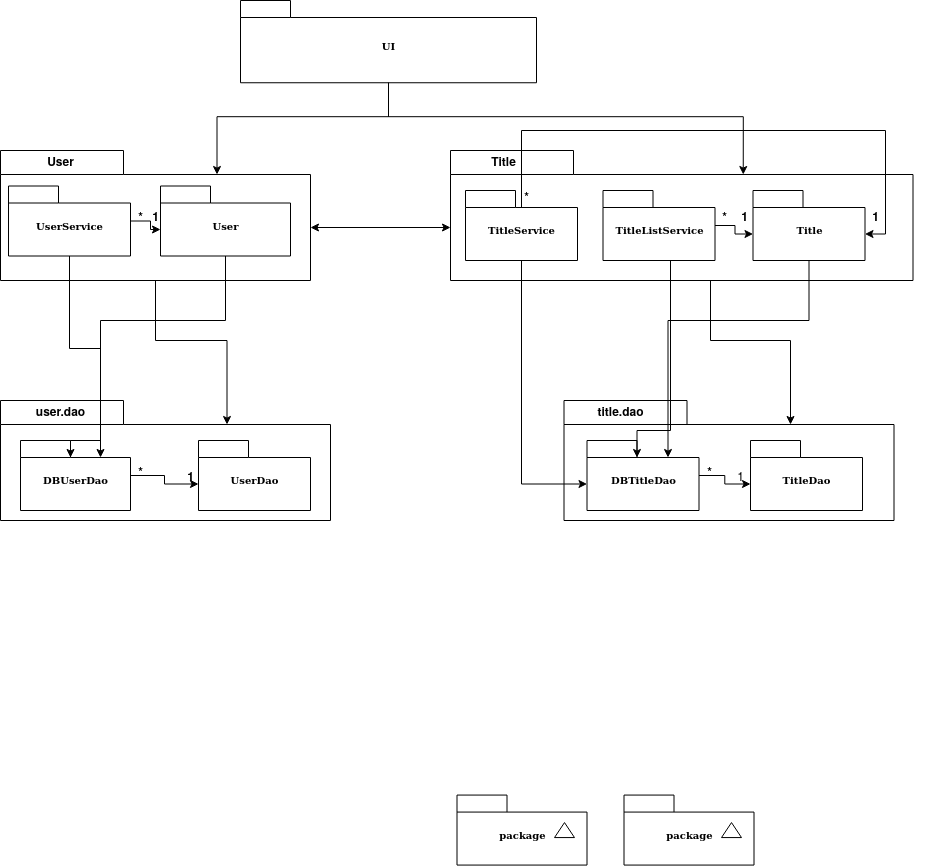
Above: Teoskanta/dokumentointi/images/classmodel.png in NuiS4ncE/ot-harjoitustyo (draw.io), before the change. Source tidied: cells renumbered, new cells last; positions are measured from the earlier drawing's top-left corner, leaving out a move shared by most shapes. Its diagram source:
```xml
<mxGraphModel background="#ffffff">
  <root>
    <mxCell id="0" />
    <mxCell id="1" parent="0" />
    <mxCell id="2" style="group;" parent="1" vertex="1">
      <mxGeometry x="240" width="296" height="82.2" as="geometry" />
    </mxCell>
    <mxCell id="3" value="UI" style="shape=folder;fontStyle=1;spacingTop=10;tabWidth=50;tabHeight=17;tabPosition=left;html=1;rounded=0;shadow=0;comic=0;labelBackgroundColor=none;strokeWidth=1;fontFamily=Verdana;fontSize=10;align=center;" parent="2" vertex="1">
      <mxGeometry width="296" height="82.2" as="geometry" />
    </mxCell>
    <mxCell id="4" style="group;" parent="1" vertex="1">
      <mxGeometry y="150" width="310" height="130" as="geometry" />
    </mxCell>
    <mxCell id="5" style="shape=folder;fontStyle=1;spacingTop=10;tabWidth=123;tabHeight=24;tabPosition=left;html=1;rounded=0;shadow=0;comic=0;labelBackgroundColor=none;strokeWidth=1;fontFamily=Verdana;fontSize=10;align=center;" parent="4" vertex="1">
      <mxGeometry width="310" height="130" as="geometry" />
    </mxCell>
    <mxCell id="6" value="&lt;b&gt;User&lt;/b&gt;" style="text;html=1;align=center;verticalAlign=middle;" parent="4" vertex="1">
      <mxGeometry x="40" width="40" height="20" as="geometry" />
    </mxCell>
    <mxCell id="7" style="edgeStyle=orthogonalEdgeStyle;rounded=0;jettySize=auto;html=1;entryX=0;entryY=0;entryDx=0;entryDy=43.5;entryPerimeter=0;" parent="4" edge="1" source="8" target="9">
      <mxGeometry relative="1" as="geometry" />
    </mxCell>
    <mxCell id="8" value="&lt;div&gt;UserService&lt;/div&gt;" style="shape=folder;fontStyle=1;spacingTop=10;tabWidth=50;tabHeight=17;tabPosition=left;html=1;rounded=0;shadow=0;comic=0;labelBackgroundColor=none;strokeWidth=1;fontFamily=Verdana;fontSize=10;align=center;" parent="4" vertex="1">
      <mxGeometry x="8" y="35.5" width="122" height="70" as="geometry" />
    </mxCell>
    <mxCell id="9" value="User" style="shape=folder;fontStyle=1;spacingTop=10;tabWidth=50;tabHeight=17;tabPosition=left;html=1;rounded=0;shadow=0;comic=0;labelBackgroundColor=none;strokeWidth=1;fontFamily=Verdana;fontSize=10;align=center;" parent="4" vertex="1">
      <mxGeometry x="160" y="35.5" width="130" height="70" as="geometry" />
    </mxCell>
    <mxCell id="10" value="&lt;b&gt;1&lt;/b&gt;" style="text;html=1;align=center;verticalAlign=middle;" parent="4" vertex="1">
      <mxGeometry x="145" y="55" width="20" height="20" as="geometry" />
    </mxCell>
    <mxCell id="11" value="&lt;b&gt;*&lt;/b&gt;" style="text;html=1;align=center;verticalAlign=middle;" parent="4" vertex="1">
      <mxGeometry x="130" y="55" width="20" height="20" as="geometry" />
    </mxCell>
    <mxCell id="12" style="group;" parent="1" vertex="1">
      <mxGeometry x="600" y="420" width="330" height="100" as="geometry" />
    </mxCell>
    <mxCell id="13" style="group;" parent="12" vertex="1">
      <mxGeometry x="-36.5" y="-20" width="330" height="120" as="geometry" />
    </mxCell>
    <mxCell id="14" style="shape=folder;fontStyle=1;spacingTop=10;tabWidth=123;tabHeight=24;tabPosition=left;html=1;rounded=0;shadow=0;comic=0;labelBackgroundColor=none;strokeWidth=1;fontFamily=Verdana;fontSize=10;align=center;" parent="13" vertex="1">
      <mxGeometry width="330" height="120" as="geometry" />
    </mxCell>
    <mxCell id="15" style="edgeStyle=orthogonalEdgeStyle;rounded=0;jettySize=auto;html=1;entryX=0;entryY=0;entryDx=0;entryDy=43.5;entryPerimeter=0;" parent="13" edge="1" source="16" target="17">
      <mxGeometry relative="1" as="geometry" />
    </mxCell>
    <mxCell id="16" value="DBTitleDao" style="shape=folder;fontStyle=1;spacingTop=10;tabWidth=50;tabHeight=17;tabPosition=left;html=1;rounded=0;shadow=0;comic=0;labelBackgroundColor=none;strokeWidth=1;fontFamily=Verdana;fontSize=10;align=center;" parent="13" vertex="1">
      <mxGeometry x="23" y="40" width="112" height="70" as="geometry" />
    </mxCell>
    <mxCell id="17" value="TitleDao" style="shape=folder;fontStyle=1;spacingTop=10;tabWidth=50;tabHeight=17;tabPosition=left;html=1;rounded=0;shadow=0;comic=0;labelBackgroundColor=none;strokeWidth=1;fontFamily=Verdana;fontSize=10;align=center;" parent="13" vertex="1">
      <mxGeometry x="186.5" y="40" width="112" height="70" as="geometry" />
    </mxCell>
    <mxCell id="18" value="&lt;b&gt;title.dao&lt;/b&gt;" style="text;html=1;align=center;verticalAlign=middle;" parent="13" vertex="1">
      <mxGeometry x="26.5" width="60" height="20" as="geometry" />
    </mxCell>
    <mxCell id="19" value="1" style="text;html=1;align=center;verticalAlign=middle;" parent="13" vertex="1">
      <mxGeometry x="166.5" y="65" width="20" height="20" as="geometry" />
    </mxCell>
    <mxCell id="20" value="&lt;b&gt;*&lt;/b&gt;" style="text;html=1;align=center;verticalAlign=middle;" parent="13" vertex="1">
      <mxGeometry x="135" y="60" width="20" height="20" as="geometry" />
    </mxCell>
    <mxCell id="21" style="edgeStyle=orthogonalEdgeStyle;rounded=0;jettySize=auto;html=1;entryX=0;entryY=0;entryDx=226.49999999999997;entryDy=24;entryPerimeter=0;" parent="1" edge="1" source="22" target="14">
      <mxGeometry relative="1" as="geometry">
        <Array as="points">
          <mxPoint x="710" y="340" />
          <mxPoint x="790" y="340" />
        </Array>
      </mxGeometry>
    </mxCell>
    <mxCell id="22" style="shape=folder;fontStyle=1;spacingTop=10;tabWidth=123;tabHeight=24;tabPosition=left;html=1;rounded=0;shadow=0;comic=0;labelBackgroundColor=none;strokeColor=#000000;strokeWidth=1;fillColor=#ffffff;fontFamily=Verdana;fontSize=10;fontColor=#000000;align=center;" parent="1" vertex="1">
      <mxGeometry x="450" y="150" width="462.5" height="130" as="geometry" />
    </mxCell>
    <mxCell id="23" style="edgeStyle=orthogonalEdgeStyle;rounded=0;jettySize=auto;html=1;entryX=0;entryY=0;entryDx=0;entryDy=43.5;entryPerimeter=0;" parent="1" edge="1" source="25" target="16">
      <mxGeometry relative="1" as="geometry">
        <Array as="points">
          <mxPoint x="521" y="484" />
        </Array>
      </mxGeometry>
    </mxCell>
    <mxCell id="24" style="edgeStyle=orthogonalEdgeStyle;rounded=0;jettySize=auto;html=1;entryX=0;entryY=0;entryDx=112;entryDy=43.5;entryPerimeter=0;exitX=0.509;exitY=0.271;exitDx=0;exitDy=0;exitPerimeter=0;" parent="1" edge="1" source="25" target="30">
      <mxGeometry relative="1" as="geometry">
        <Array as="points">
          <mxPoint x="521" y="209" />
          <mxPoint x="521" y="130" />
          <mxPoint x="885" y="130" />
          <mxPoint x="885" y="234" />
        </Array>
      </mxGeometry>
    </mxCell>
    <mxCell id="25" value="&lt;div&gt;TitleService&lt;/div&gt;" style="shape=folder;fontStyle=1;spacingTop=10;tabWidth=50;tabHeight=17;tabPosition=left;html=1;rounded=0;shadow=0;comic=0;labelBackgroundColor=none;strokeColor=#000000;strokeWidth=1;fillColor=#ffffff;fontFamily=Verdana;fontSize=10;fontColor=#000000;align=center;" parent="1" vertex="1">
      <mxGeometry x="465" y="190" width="112" height="70" as="geometry" />
    </mxCell>
    <mxCell id="26" style="edgeStyle=orthogonalEdgeStyle;rounded=0;jettySize=auto;html=1;entryX=0;entryY=0;entryDx=50;entryDy=17;entryPerimeter=0;" parent="1" edge="1" source="28" target="16">
      <mxGeometry relative="1" as="geometry">
        <Array as="points">
          <mxPoint x="670" y="430" />
          <mxPoint x="637" y="430" />
        </Array>
      </mxGeometry>
    </mxCell>
    <mxCell id="27" style="edgeStyle=orthogonalEdgeStyle;rounded=0;jettySize=auto;html=1;entryX=0;entryY=0;entryDx=0;entryDy=43.5;entryPerimeter=0;" parent="1" edge="1" source="28" target="30">
      <mxGeometry relative="1" as="geometry" />
    </mxCell>
    <mxCell id="28" value="TitleListService" style="shape=folder;fontStyle=1;spacingTop=10;tabWidth=50;tabHeight=17;tabPosition=left;html=1;rounded=0;shadow=0;comic=0;labelBackgroundColor=none;strokeColor=#000000;strokeWidth=1;fillColor=#ffffff;fontFamily=Verdana;fontSize=10;fontColor=#000000;align=center;" parent="1" vertex="1">
      <mxGeometry x="602.5" y="190" width="112" height="70" as="geometry" />
    </mxCell>
    <mxCell id="29" style="edgeStyle=orthogonalEdgeStyle;rounded=0;jettySize=auto;html=1;entryX=0;entryY=0;entryDx=81;entryDy=17;entryPerimeter=0;" parent="1" edge="1" source="30" target="16">
      <mxGeometry relative="1" as="geometry">
        <Array as="points">
          <mxPoint x="809" y="320" />
          <mxPoint x="668" y="320" />
        </Array>
      </mxGeometry>
    </mxCell>
    <mxCell id="30" value="Title" style="shape=folder;fontStyle=1;spacingTop=10;tabWidth=50;tabHeight=17;tabPosition=left;html=1;rounded=0;shadow=0;comic=0;labelBackgroundColor=none;strokeColor=#000000;strokeWidth=1;fillColor=#ffffff;fontFamily=Verdana;fontSize=10;fontColor=#000000;align=center;" parent="1" vertex="1">
      <mxGeometry x="752.5" y="190" width="112" height="70" as="geometry" />
    </mxCell>
    <mxCell id="31" style="shape=folder;fontStyle=1;spacingTop=10;tabWidth=123;tabHeight=24;tabPosition=left;html=1;rounded=0;shadow=0;comic=0;labelBackgroundColor=none;strokeWidth=1;fontFamily=Verdana;fontSize=10;align=center;" parent="1" vertex="1">
      <mxGeometry y="400" width="330" height="120" as="geometry" />
    </mxCell>
    <mxCell id="32" style="group;" parent="1" vertex="1">
      <mxGeometry x="456.5" y="794.6" width="130" height="70" as="geometry" />
    </mxCell>
    <mxCell id="33" value="package" style="shape=folder;fontStyle=1;spacingTop=10;tabWidth=50;tabHeight=17;tabPosition=left;html=1;rounded=0;shadow=0;comic=0;labelBackgroundColor=none;strokeWidth=1;fontFamily=Verdana;fontSize=10;align=center;" parent="32" vertex="1">
      <mxGeometry width="130" height="70" as="geometry" />
    </mxCell>
    <mxCell id="34" style="triangle;whiteSpace=wrap;html=1;rounded=0;shadow=0;comic=0;labelBackgroundColor=none;strokeWidth=1;fontFamily=Verdana;fontSize=10;align=center;rotation=-90;" parent="32" vertex="1">
      <mxGeometry x="100" y="25" width="15" height="20" as="geometry" />
    </mxCell>
    <mxCell id="35" style="group;" parent="1" vertex="1">
      <mxGeometry x="623.5" y="794.6" width="130" height="70" as="geometry" />
    </mxCell>
    <mxCell id="36" value="package" style="shape=folder;fontStyle=1;spacingTop=10;tabWidth=50;tabHeight=17;tabPosition=left;html=1;rounded=0;shadow=0;comic=0;labelBackgroundColor=none;strokeWidth=1;fontFamily=Verdana;fontSize=10;align=center;" parent="35" vertex="1">
      <mxGeometry width="130" height="70" as="geometry" />
    </mxCell>
    <mxCell id="37" style="triangle;whiteSpace=wrap;html=1;rounded=0;shadow=0;comic=0;labelBackgroundColor=none;strokeWidth=1;fontFamily=Verdana;fontSize=10;align=center;rotation=-90;" parent="35" vertex="1">
      <mxGeometry x="100" y="25" width="15" height="20" as="geometry" />
    </mxCell>
    <mxCell id="38" value="&lt;div&gt;&lt;b&gt;Title&lt;/b&gt;&lt;/div&gt;" style="text;html=1;align=center;verticalAlign=middle;" parent="1" vertex="1">
      <mxGeometry x="482.5" y="150" width="40" height="20" as="geometry" />
    </mxCell>
    <mxCell id="39" style="edgeStyle=orthogonalEdgeStyle;rounded=0;jettySize=auto;html=1;entryX=0;entryY=0;entryDx=0;entryDy=43.5;entryPerimeter=0;" parent="1" edge="1" source="40" target="41">
      <mxGeometry relative="1" as="geometry" />
    </mxCell>
    <mxCell id="40" value="DBUserDao" style="shape=folder;fontStyle=1;spacingTop=10;tabWidth=50;tabHeight=17;tabPosition=left;html=1;rounded=0;shadow=0;comic=0;labelBackgroundColor=none;strokeWidth=1;fontFamily=Verdana;fontSize=10;align=center;" parent="1" vertex="1">
      <mxGeometry x="20" y="440" width="110" height="70" as="geometry" />
    </mxCell>
    <mxCell id="41" value="UserDao" style="shape=folder;fontStyle=1;spacingTop=10;tabWidth=50;tabHeight=17;tabPosition=left;html=1;rounded=0;shadow=0;comic=0;labelBackgroundColor=none;strokeWidth=1;fontFamily=Verdana;fontSize=10;align=center;" parent="1" vertex="1">
      <mxGeometry x="198" y="440" width="112" height="70" as="geometry" />
    </mxCell>
    <mxCell id="42" style="edgeStyle=orthogonalEdgeStyle;rounded=0;jettySize=auto;html=1;entryX=0;entryY=0;entryDx=292.75;entryDy=24;entryPerimeter=0;" parent="1" edge="1" source="3" target="22">
      <mxGeometry relative="1" as="geometry" />
    </mxCell>
    <mxCell id="43" style="edgeStyle=orthogonalEdgeStyle;rounded=0;jettySize=auto;html=1;entryX=0;entryY=0;entryDx=216.49999999999997;entryDy=24;entryPerimeter=0;" parent="1" edge="1" source="3" target="5">
      <mxGeometry relative="1" as="geometry" />
    </mxCell>
    <mxCell id="44" style="edgeStyle=orthogonalEdgeStyle;rounded=0;jettySize=auto;html=1;entryX=0;entryY=0;entryDx=226.5;entryDy=24;entryPerimeter=0;" parent="1" edge="1" source="5" target="31">
      <mxGeometry relative="1" as="geometry" />
    </mxCell>
    <mxCell id="45" value="&lt;b&gt;user.dao&lt;/b&gt;" style="text;html=1;align=center;verticalAlign=middle;" parent="1" vertex="1">
      <mxGeometry x="30" y="400" width="60" height="20" as="geometry" />
    </mxCell>
    <mxCell id="46" value="&lt;b&gt;1&lt;/b&gt;" style="text;html=1;align=center;verticalAlign=middle;" parent="1" vertex="1">
      <mxGeometry x="180" y="465" width="20" height="20" as="geometry" />
    </mxCell>
    <mxCell id="47" style="endArrow=classic;startArrow=classic;html=1;entryX=0;entryY=0;entryDx=0;entryDy=77;entryPerimeter=0;exitX=0;exitY=0;exitDx=309.99999999999994;exitDy=77;exitPerimeter=0;" parent="1" edge="1" source="5" target="22">
      <mxGeometry relative="1" as="geometry" />
    </mxCell>
    <mxCell id="48" style="edgeStyle=orthogonalEdgeStyle;rounded=0;jettySize=auto;html=1;entryX=0;entryY=0;entryDx=80;entryDy=17;entryPerimeter=0;" parent="1" edge="1" source="9" target="40">
      <mxGeometry relative="1" as="geometry">
        <Array as="points">
          <mxPoint x="225" y="320" />
          <mxPoint x="100" y="320" />
        </Array>
      </mxGeometry>
    </mxCell>
    <mxCell id="49" style="edgeStyle=orthogonalEdgeStyle;rounded=0;jettySize=auto;html=1;entryX=0;entryY=0;entryDx=50;entryDy=17;entryPerimeter=0;" parent="1" edge="1" source="8" target="40">
      <mxGeometry relative="1" as="geometry">
        <Array as="points">
          <mxPoint x="69" y="348" />
          <mxPoint x="100" y="348" />
          <mxPoint x="100" y="440" />
          <mxPoint x="70" y="440" />
        </Array>
      </mxGeometry>
    </mxCell>
    <mxCell id="50" value="&lt;b&gt;*&lt;/b&gt;" style="text;html=1;align=center;verticalAlign=middle;" parent="1" vertex="1">
      <mxGeometry x="130" y="460" width="20" height="20" as="geometry" />
    </mxCell>
    <mxCell id="51" value="&lt;b&gt;1&lt;/b&gt;" style="text;html=1;align=center;verticalAlign=middle;" parent="1" vertex="1">
      <mxGeometry x="733.5" y="205" width="20" height="20" as="geometry" />
    </mxCell>
    <mxCell id="52" value="&lt;b&gt;*&lt;/b&gt;" style="text;html=1;align=center;verticalAlign=middle;" parent="1" vertex="1">
      <mxGeometry x="713.5" y="205" width="20" height="20" as="geometry" />
    </mxCell>
    <mxCell id="53" value="&lt;b&gt;1&lt;/b&gt;" style="text;html=1;align=center;verticalAlign=middle;" parent="1" vertex="1">
      <mxGeometry x="864.5" y="205" width="20" height="20" as="geometry" />
    </mxCell>
    <mxCell id="54" value="&lt;b&gt;*&lt;/b&gt;" style="text;html=1;align=center;verticalAlign=middle;" parent="1" vertex="1">
      <mxGeometry x="516" y="185" width="20" height="20" as="geometry" />
    </mxCell>
  </root>
</mxGraphModel>
```
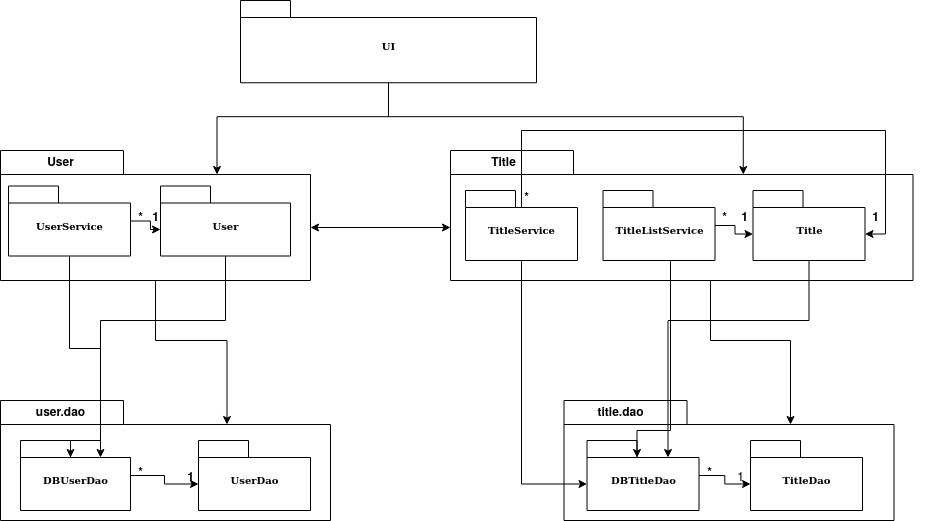
After the commit.

What changed in the source:
```diff
@@ -118,24 +118,6 @@
     <mxCell id="31" style="shape=folder;fontStyle=1;spacingTop=10;tabWidth=123;tabHeight=24;tabPosition=left;html=1;rounded=0;shadow=0;comic=0;labelBackgroundColor=none;strokeWidth=1;fontFamily=Verdana;fontSize=10;align=center;" parent="1" vertex="1">
       <mxGeometry y="400" width="330" height="120" as="geometry" />
     </mxCell>
-    <mxCell id="32" style="group;" parent="1" vertex="1">
-      <mxGeometry x="456.5" y="794.6" width="130" height="70" as="geometry" />
-    </mxCell>
-    <mxCell id="33" value="package" style="shape=folder;fontStyle=1;spacingTop=10;tabWidth=50;tabHeight=17;tabPosition=left;html=1;rounded=0;shadow=0;comic=0;labelBackgroundColor=none;strokeWidth=1;fontFamily=Verdana;fontSize=10;align=center;" parent="32" vertex="1">
-      <mxGeometry width="130" height="70" as="geometry" />
-    </mxCell>
-    <mxCell id="34" style="triangle;whiteSpace=wrap;html=1;rounded=0;shadow=0;comic=0;labelBackgroundColor=none;strokeWidth=1;fontFamily=Verdana;fontSize=10;align=center;rotation=-90;" parent="32" vertex="1">
-      <mxGeometry x="100" y="25" width="15" height="20" as="geometry" />
-    </mxCell>
-    <mxCell id="35" style="group;" parent="1" vertex="1">
-      <mxGeometry x="623.5" y="794.6" width="130" height="70" as="geometry" />
-    </mxCell>
-    <mxCell id="36" value="package" style="shape=folder;fontStyle=1;spacingTop=10;tabWidth=50;tabHeight=17;tabPosition=left;html=1;rounded=0;shadow=0;comic=0;labelBackgroundColor=none;strokeWidth=1;fontFamily=Verdana;fontSize=10;align=center;" parent="35" vertex="1">
-      <mxGeometry width="130" height="70" as="geometry" />
-    </mxCell>
-    <mxCell id="37" style="triangle;whiteSpace=wrap;html=1;rounded=0;shadow=0;comic=0;labelBackgroundColor=none;strokeWidth=1;fontFamily=Verdana;fontSize=10;align=center;rotation=-90;" parent="35" vertex="1">
-      <mxGeometry x="100" y="25" width="15" height="20" as="geometry" />
-    </mxCell>
     <mxCell id="38" value="&lt;div&gt;&lt;b&gt;Title&lt;/b&gt;&lt;/div&gt;" style="text;html=1;align=center;verticalAlign=middle;" parent="1" vertex="1">
       <mxGeometry x="482.5" y="150" width="40" height="20" as="geometry" />
     </mxCell>
```
